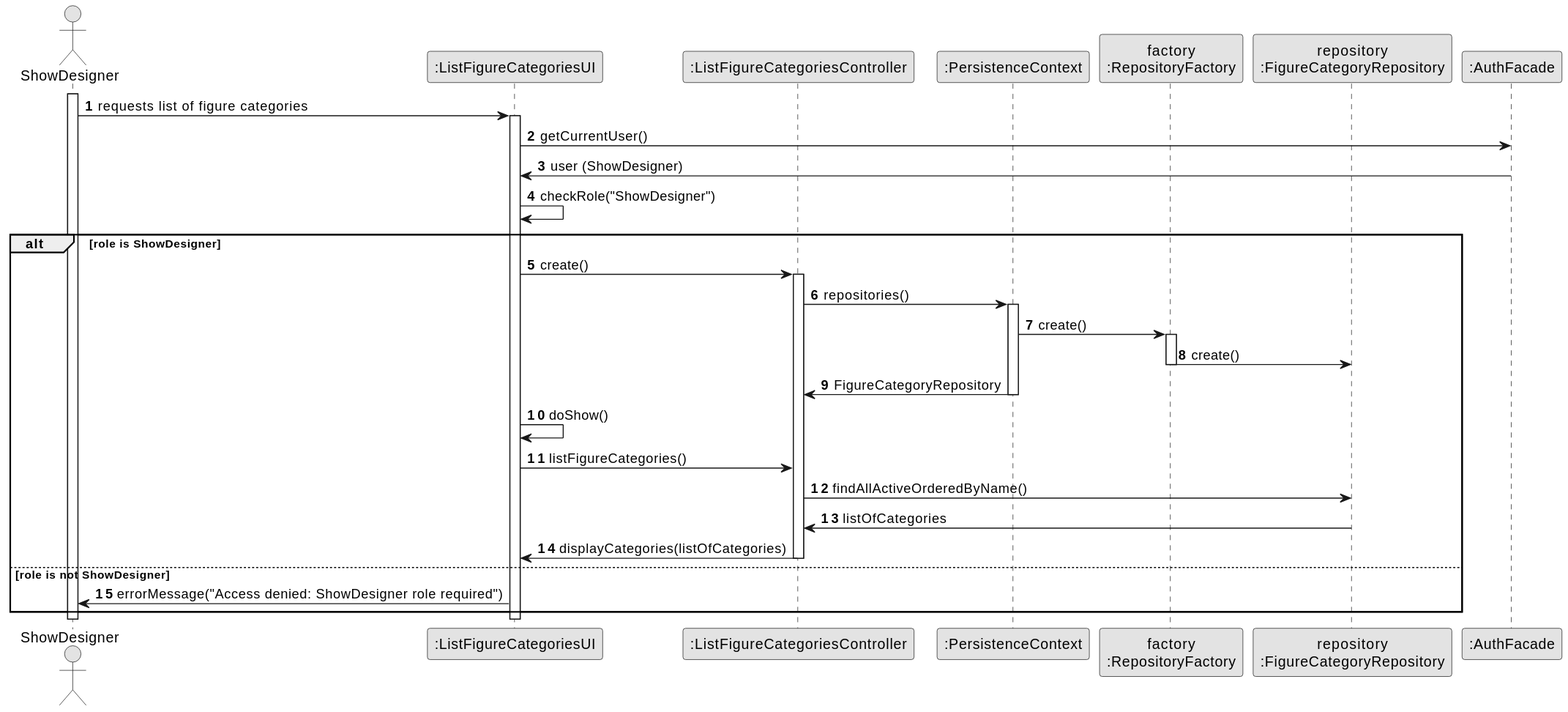
Earlier version of the PlantUML export docs/planning/sprint2/EAPLI/US247 - List figure categories/03.design/svg/us247-sequence-diagram-full.svg (SAEmanuel/Shodrone_ISEP).
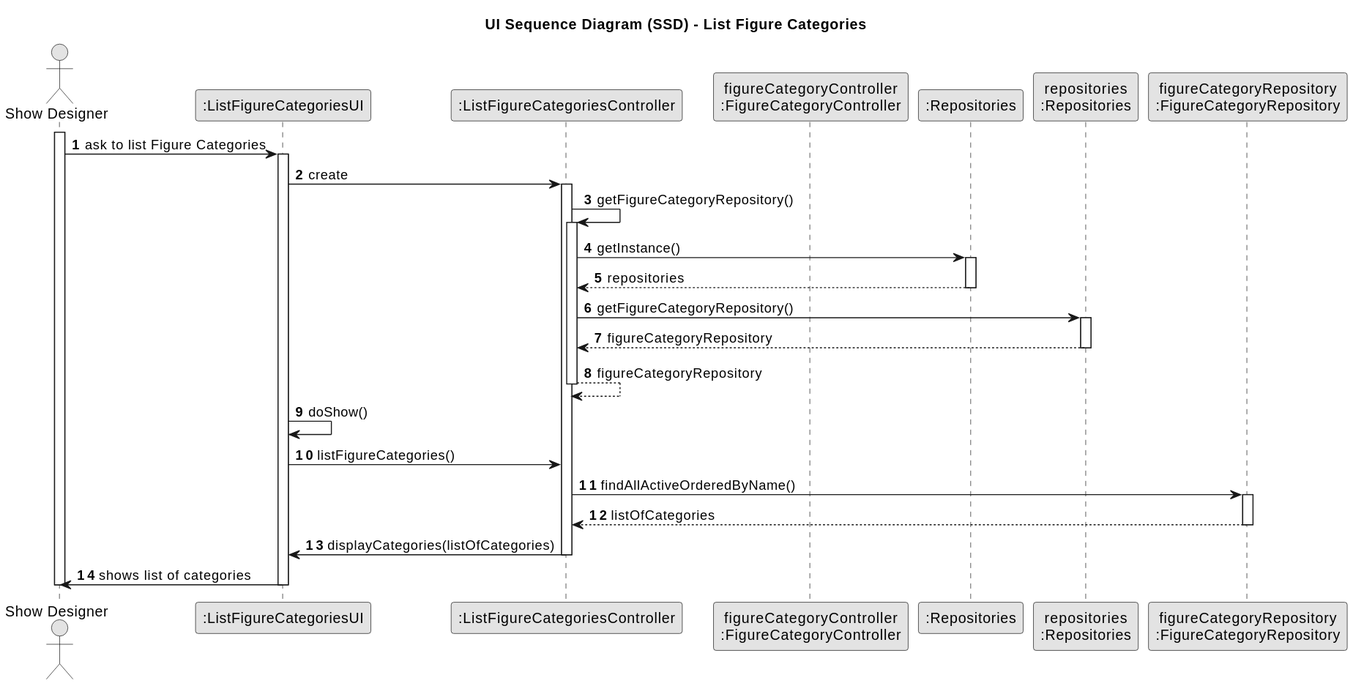
Above is the later version.

Commit message:
us247: add generated sequence diagram image for List Figure Categories

Added the generated image (SVG/PNG) of the UI sequence diagram for US247 to the documentation assets.

Related to: #1/#25/#37

The edit, as a diff of the source:
```diff
@@ -3,49 +3,57 @@
 skinparam packageStyle rectangle
 skinparam shadowing false
 
+title UI Sequence Diagram (SSD) - List Figure Categories
+
 autonumber
 
-actor "ShowDesigner" as ACTOR
+actor "Show Designer" as showDesigner
 participant ":ListFigureCategoriesUI" as UI
 participant ":ListFigureCategoriesController" as CTRL
-participant ":PersistenceContext" as PC
-participant "factory\n:RepositoryFactory" as FACTORY_INSTANCE
-participant "repository\n:FigureCategoryRepository" as REPO
-participant ":AuthFacade" as AuthFacade
+participant "figureCategoryController\n:FigureCategoryController" as catCtrl
+participant ":Repositories" as RepositorySingleton
+participant "repositories\n:Repositories" as PLAT
+participant "figureCategoryRepository\n:FigureCategoryRepository" as catRepo
 
-activate ACTOR
+activate showDesigner
 
-ACTOR -> UI : requests list of figure categories
+    showDesigner -> UI : ask to list Figure Categories
+    activate UI
 
-activate UI
-UI -> AuthFacade: getCurrentUser()
-AuthFacade -> UI: user (ShowDesigner)
-UI -> UI: checkRole("ShowDesigner")
-alt role is ShowDesigner
-    UI -> CTRL : create()
+    UI -> CTRL : create
+    activate CTRL
 
-    activate CTRL
-    CTRL -> PC: repositories()
-    activate PC
-    PC -> FACTORY_INSTANCE: create()
-    activate FACTORY_INSTANCE
-    FACTORY_INSTANCE -> REPO: create()
-    deactivate FACTORY_INSTANCE
-    PC -> CTRL: FigureCategoryRepository
-    deactivate PC
+        CTRL -> CTRL : getFigureCategoryRepository()
+        activate CTRL
 
-    UI -> UI: doShow()
+            CTRL -> RepositorySingleton : getInstance()
+            activate RepositorySingleton
 
-    UI -> CTRL: listFigureCategories()
-    CTRL -> REPO: findAllActiveOrderedByName()
-    REPO -> CTRL: listOfCategories
-    CTRL -> UI: displayCategories(listOfCategories)
+                RepositorySingleton --> CTRL: repositories
+            deactivate RepositorySingleton
+
+            CTRL -> PLAT : getFigureCategoryRepository()
+            activate PLAT
+
+                PLAT --> CTRL: figureCategoryRepository
+            deactivate PLAT
+            CTRL --> CTRL : figureCategoryRepository
+
+        deactivate CTRL
+
+        UI -> UI: doShow()
+
+        UI -> CTRL: listFigureCategories()
+        CTRL -> catRepo: findAllActiveOrderedByName()
+        activate catRepo
+            catRepo --> CTRL: listOfCategories
+        deactivate catRepo
+        CTRL -> UI: displayCategories(listOfCategories)
 
     deactivate CTRL
-else role is not ShowDesigner
-    UI -> ACTOR: errorMessage("Access denied: ShowDesigner role required")
-end
+
+    UI -> showDesigner : shows list of categories
 
 deactivate UI
-deactivate ACTOR
+deactivate showDesigner
 @enduml
```
